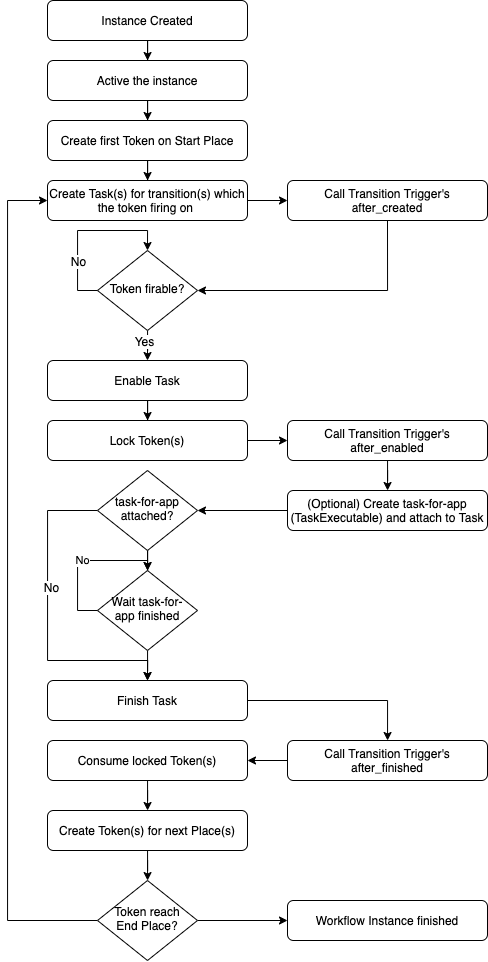
The draw.io diagram doc/assets/life_cycle_of_workflow_instance.png in rails-engine/flow_core, before a commit. Source tidied: cells renumbered, new cells last; positions are measured from the earlier drawing's top-left corner, leaving out a move shared by most shapes.
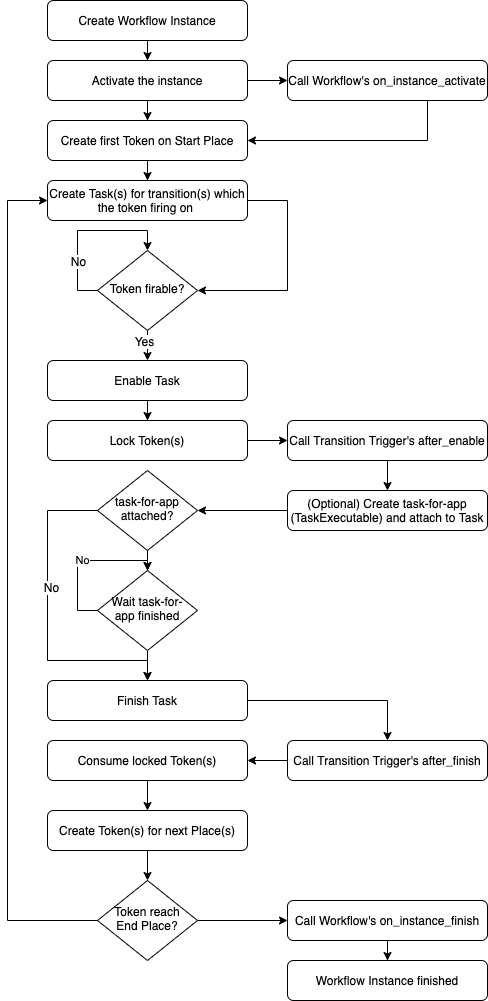
After the change.

What changed in the source:
```diff
@@ -5,33 +5,45 @@
     <mxCell id="2" style="edgeStyle=orthogonalEdgeStyle;rounded=0;jettySize=auto;html=1;" parent="1" edge="1" source="3" target="5">
       <mxGeometry relative="1" as="geometry" />
     </mxCell>
-    <mxCell id="3" value="Instance Created" style="rounded=1;whiteSpace=wrap;html=1;fontSize=12;glass=0;strokeWidth=1;shadow=0;" parent="1" vertex="1">
+    <mxCell id="3" value="Create Workflow Instance" style="rounded=1;whiteSpace=wrap;html=1;fontSize=12;glass=0;strokeWidth=1;shadow=0;" parent="1" vertex="1">
       <mxGeometry x="40" width="200" height="40" as="geometry" />
     </mxCell>
     <mxCell id="4" style="edgeStyle=orthogonalEdgeStyle;rounded=0;jettySize=auto;html=1;" parent="1" edge="1" source="5" target="7">
       <mxGeometry relative="1" as="geometry" />
     </mxCell>
+    <mxCell id="44" style="edgeStyle=orthogonalEdgeStyle;rounded=0;jettySize=auto;html=1;" parent="1" edge="1" source="5" target="46">
+      <mxGeometry relative="1" as="geometry" />
+    </mxCell>
-    <mxCell id="5" value="Active the instance" style="rounded=1;whiteSpace=wrap;html=1;fontSize=12;glass=0;strokeWidth=1;shadow=0;" parent="1" vertex="1">
+    <mxCell id="5" value="Activate the instance" style="rounded=1;whiteSpace=wrap;html=1;fontSize=12;glass=0;strokeWidth=1;shadow=0;" parent="1" vertex="1">
       <mxGeometry x="40" y="60" width="200" height="40" as="geometry" />
     </mxCell>
+    <mxCell id="45" style="edgeStyle=orthogonalEdgeStyle;rounded=0;jettySize=auto;html=1;entryX=1;entryY=0.5;entryDx=0;entryDy=0;" parent="1" edge="1" source="46" target="7">
+      <mxGeometry relative="1" as="geometry">
+        <Array as="points">
+          <mxPoint x="420" y="140" />
+        </Array>
+      </mxGeometry>
+    </mxCell>
+    <mxCell id="46" value="Call Workflow's&amp;nbsp;on_instance_activate" style="rounded=1;whiteSpace=wrap;html=1;fontSize=12;glass=0;strokeWidth=1;shadow=0;" parent="1" vertex="1">
+      <mxGeometry x="280" y="60" width="200" height="40" as="geometry" />
+    </mxCell>
     <mxCell id="6" style="edgeStyle=orthogonalEdgeStyle;rounded=0;jettySize=auto;html=1;" parent="1" edge="1" source="7" target="9">
       <mxGeometry relative="1" as="geometry" />
     </mxCell>
     <mxCell id="7" value="Create first Token on Start Place" style="rounded=1;whiteSpace=wrap;html=1;fontSize=12;glass=0;strokeWidth=1;shadow=0;" parent="1" vertex="1">
       <mxGeometry x="40" y="120" width="200" height="40" as="geometry" />
     </mxCell>
-    <mxCell id="8" style="edgeStyle=orthogonalEdgeStyle;rounded=0;jettySize=auto;html=1;" parent="1" edge="1" source="9" target="11">
-      <mxGeometry relative="1" as="geometry" />
+    <mxCell id="8" style="edgeStyle=orthogonalEdgeStyle;rounded=0;jettySize=auto;html=1;entryX=1;entryY=0.5;entryDx=0;entryDy=0;exitX=1;exitY=0.5;exitDx=0;exitDy=0;" parent="1" edge="1" source="9" target="14">
+      <mxGeometry relative="1" as="geometry">
+        <Array as="points">
+          <mxPoint x="280" y="200" />
+          <mxPoint x="280" y="290" />
+        </Array>
+      </mxGeometry>
     </mxCell>
     <mxCell id="9" value="Create Task(s) for transition(s) which the token firing on&amp;nbsp;" style="rounded=1;whiteSpace=wrap;html=1;fontSize=12;glass=0;strokeWidth=1;shadow=0;" parent="1" vertex="1">
       <mxGeometry x="40" y="180" width="200" height="40" as="geometry" />
     </mxCell>
-    <mxCell id="10" style="edgeStyle=orthogonalEdgeStyle;rounded=0;jettySize=auto;html=1;entryX=1;entryY=0.5;entryDx=0;entryDy=0;exitX=0.5;exitY=1;exitDx=0;exitDy=0;" parent="1" edge="1" source="11" target="14">
-      <mxGeometry relative="1" as="geometry" />
-    </mxCell>
-    <mxCell id="11" value="Call Transition Trigger's after_created" style="rounded=1;whiteSpace=wrap;html=1;fontSize=12;glass=0;strokeWidth=1;shadow=0;" parent="1" vertex="1">
-      <mxGeometry x="280" y="180" width="200" height="40" as="geometry" />
-    </mxCell>
     <mxCell id="12" style="edgeStyle=orthogonalEdgeStyle;rounded=0;jettySize=auto;html=1;entryX=0.5;entryY=0;entryDx=0;entryDy=0;" parent="1" edge="1" source="14" target="16">
       <mxGeometry relative="1" as="geometry" />
     </mxCell>
@@ -58,7 +70,7 @@
     <mxCell id="19" style="edgeStyle=orthogonalEdgeStyle;rounded=0;jettySize=auto;html=1;" parent="1" edge="1" source="20" target="22">
       <mxGeometry relative="1" as="geometry" />
     </mxCell>
-    <mxCell id="20" value="Call Transition Trigger's after_enabled" style="rounded=1;whiteSpace=wrap;html=1;fontSize=12;glass=0;strokeWidth=1;shadow=0;" parent="1" vertex="1">
+    <mxCell id="20" value="Call Transition Trigger's after_enable" style="rounded=1;whiteSpace=wrap;html=1;fontSize=12;glass=0;strokeWidth=1;shadow=0;" parent="1" vertex="1">
       <mxGeometry x="280" y="420" width="200" height="40" as="geometry" />
     </mxCell>
     <mxCell id="21" style="edgeStyle=orthogonalEdgeStyle;rounded=0;jettySize=auto;html=1;entryX=1;entryY=0.5;entryDx=0;entryDy=0;" parent="1" edge="1" source="22" target="28">
@@ -125,7 +137,7 @@
     <mxCell id="35" style="edgeStyle=orthogonalEdgeStyle;rounded=0;jettySize=auto;html=1;" parent="1" edge="1" source="36" target="40">
       <mxGeometry relative="1" as="geometry" />
     </mxCell>
-    <mxCell id="36" value="Call Transition Trigger's after_finished" style="rounded=1;whiteSpace=wrap;html=1;fontSize=12;glass=0;strokeWidth=1;shadow=0;" parent="1" vertex="1">
+    <mxCell id="36" value="Call Transition Trigger's after_finish" style="rounded=1;whiteSpace=wrap;html=1;fontSize=12;glass=0;strokeWidth=1;shadow=0;" parent="1" vertex="1">
       <mxGeometry x="280" y="740" width="200" height="40" as="geometry" />
     </mxCell>
     <mxCell id="37" style="edgeStyle=orthogonalEdgeStyle;rounded=0;jettySize=auto;html=1;entryX=0;entryY=0.5;entryDx=0;entryDy=0;exitX=0;exitY=0.5;exitDx=0;exitDy=0;" parent="1" edge="1" source="42" target="9">
@@ -151,8 +163,14 @@
     <mxCell id="42" value="Token reach End Place?" style="rhombus;whiteSpace=wrap;html=1;shadow=0;fontFamily=Helvetica;fontSize=12;align=center;strokeWidth=1;spacing=6;spacingTop=-4;" parent="1" vertex="1">
       <mxGeometry x="90" y="880" width="100" height="80" as="geometry" />
     </mxCell>
+    <mxCell id="47" style="edgeStyle=orthogonalEdgeStyle;rounded=0;jettySize=auto;html=1;" parent="1" edge="1" source="43" target="48">
+      <mxGeometry relative="1" as="geometry" />
+    </mxCell>
-    <mxCell id="43" value="Workflow Instance finished" style="rounded=1;whiteSpace=wrap;html=1;fontSize=12;glass=0;strokeWidth=1;shadow=0;" parent="1" vertex="1">
+    <mxCell id="43" value="Call Workflow's&amp;nbsp;on_instance_finish" style="rounded=1;whiteSpace=wrap;html=1;fontSize=12;glass=0;strokeWidth=1;shadow=0;" parent="1" vertex="1">
       <mxGeometry x="280" y="900" width="200" height="40" as="geometry" />
     </mxCell>
+    <mxCell id="48" value="Workflow Instance finished" style="rounded=1;whiteSpace=wrap;html=1;fontSize=12;glass=0;strokeWidth=1;shadow=0;" parent="1" vertex="1">
+      <mxGeometry x="280" y="960" width="200" height="40" as="geometry" />
+    </mxCell>
   </root>
 </mxGraphModel>
```
